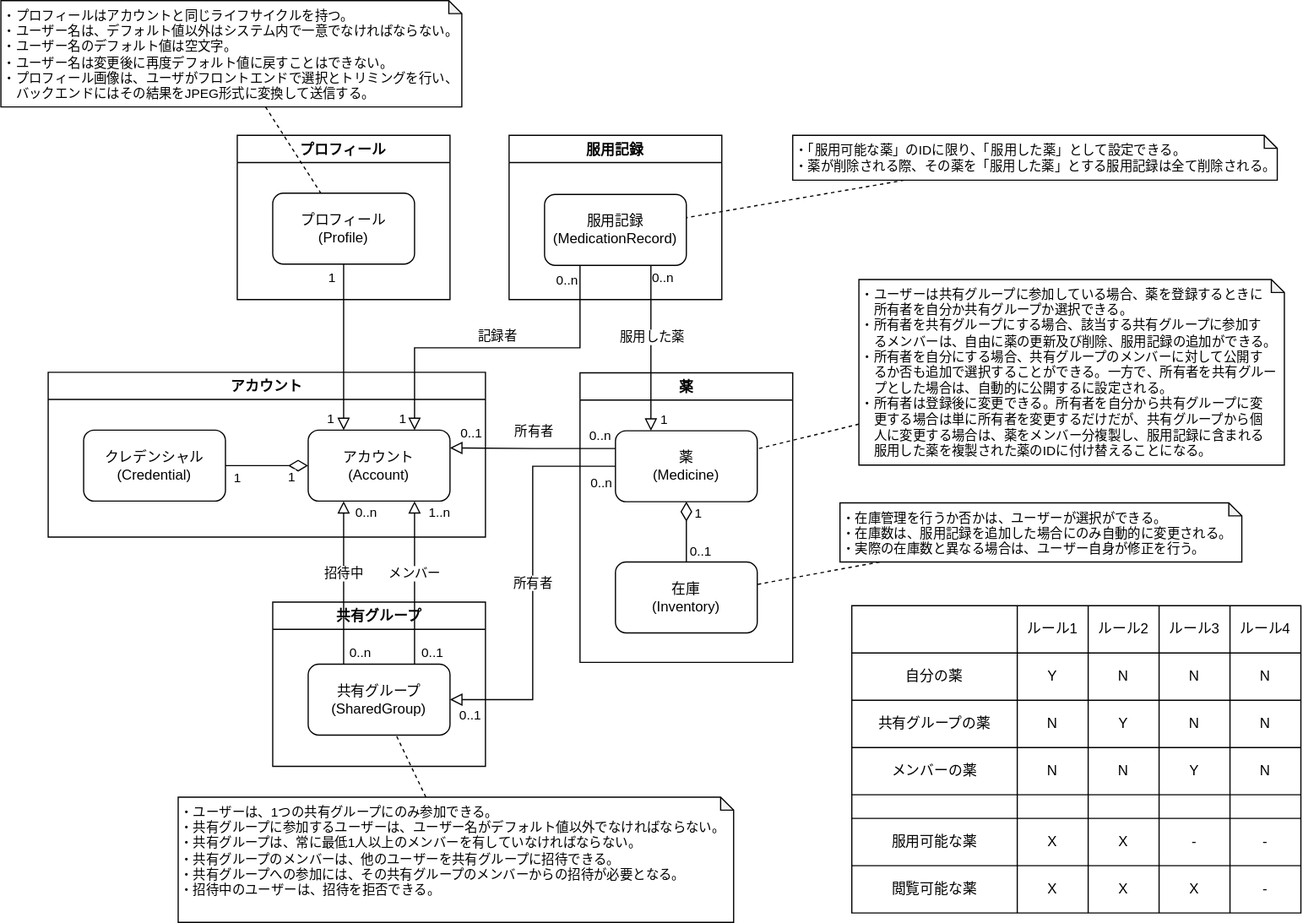
Above: docs/domain-model.svg in hiroe-mkk/medicine-diary-webapp (draw.io), before the change. Source tidied: cells renumbered, new cells last; positions are measured from the earlier drawing's top-left corner, leaving out a move shared by most shapes.
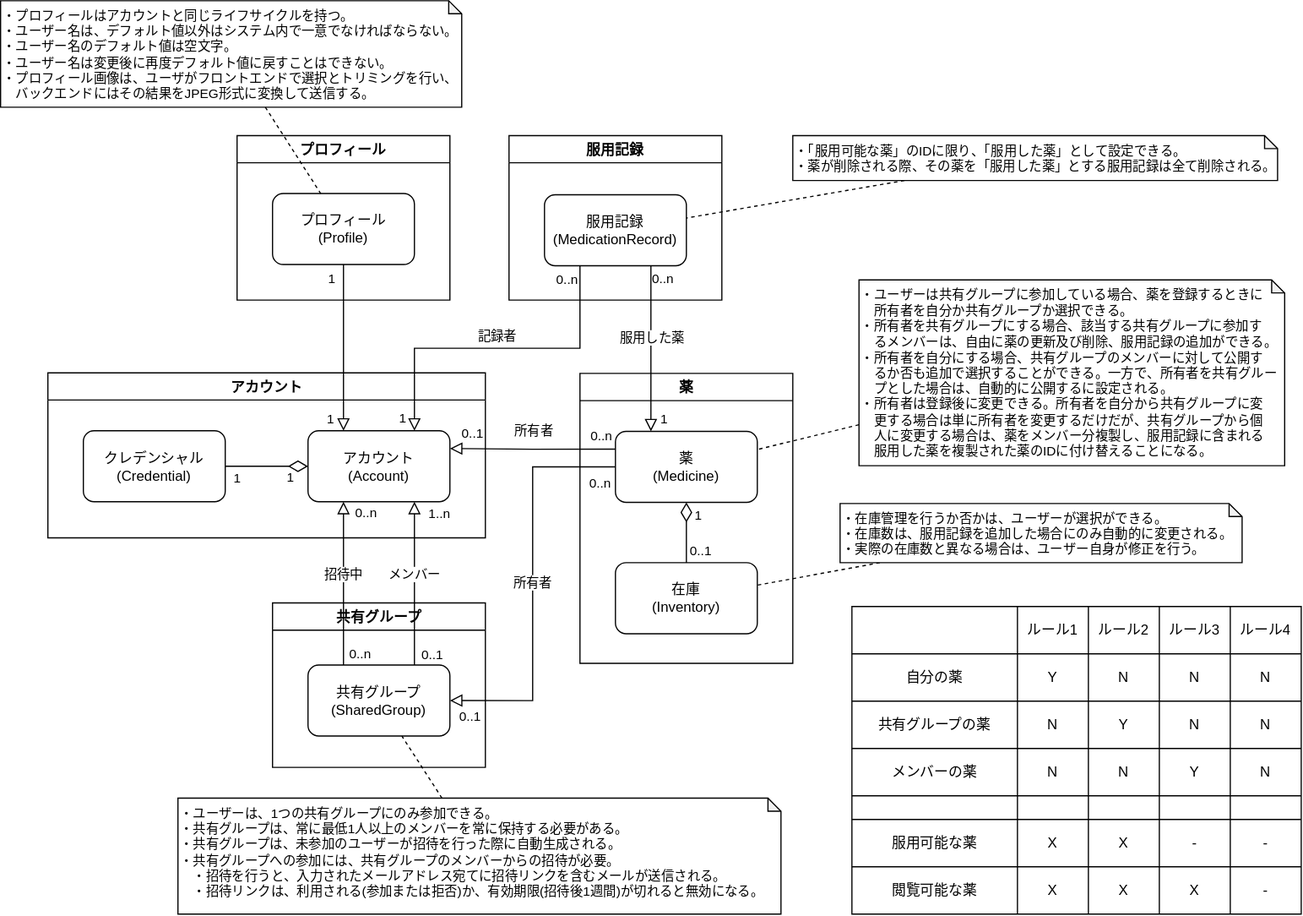
After the commit.

Change to the diagram source:
```diff
@@ -136,8 +136,8 @@
     <mxCell id="37" style="rounded=0;jettySize=auto;html=1;dashed=1;endFill=0;endArrow=none;endSize=8;startFill=0;startSize=14;" parent="1" edge="1" source="38" target="33">
       <mxGeometry relative="1" as="geometry" />
     </mxCell>
-    <mxCell id="38" value="・ユーザーは、1つの共有グループにのみ参加できる。&lt;br&gt;・共有グループに参加するユーザーは、ユーザー名がデフォルト値以外でなければならない。&lt;br&gt;・共有グループは、常に最低1人以上のメンバーを有していなければならない。&lt;br&gt;・共有グループのメンバーは、他のユーザーを共有グループに招待できる。&lt;br&gt;・共有グループへの参加には、その共有グループのメンバーからの招待が必要となる。&lt;br&gt;・&lt;span style=&quot;text-align: center&quot;&gt;招待中の&lt;/span&gt;ユーザーは、招待を拒否できる。" style="shape=note;whiteSpace=wrap;html=1;backgroundOutline=1;darkOpacity=0.05;align=left;verticalAlign=top;fontSize=11;size=11;" parent="1" vertex="1">
-      <mxGeometry x="150" y="674" width="470" height="106" as="geometry" />
+    <mxCell id="38" value="・ユーザーは、1つの共有グループにのみ参加できる。&lt;br&gt;・共有グループは、常に最低1人以上のメンバーを常に保持する必要がある。&lt;br&gt;・共有グループは、未参加のユーザーが招待を行った際に自動生成される。&lt;br&gt;・共有グループへの参加には、共有グループのメンバーからの招待が必要。&lt;br&gt;　・招待を行うと、入力されたメールアドレス宛てに招待リンクを含むメールが送信される。&lt;br&gt;　・招待リンクは、利用される(参加または拒否)か、有効期限(招待後1週間)が切れると無効になる。" style="shape=note;whiteSpace=wrap;html=1;backgroundOutline=1;darkOpacity=0.05;align=left;verticalAlign=top;fontSize=11;size=11;" parent="1" vertex="1">
+      <mxGeometry x="150" y="674" width="510" height="98" as="geometry" />
     </mxCell>
     <mxCell id="39" value="・ユーザーは共有グループに参加している場合、薬を登録するときに&lt;br&gt;　所有者を自分か共有グループか選択できる。&lt;br&gt;・所有者を共有グループにする場合、該当する共有グループに参加す&lt;br&gt;　るメンバーは、自由に薬の更新及び削除、服用記録の追加ができる。&lt;br&gt;・所有者を自分にする場合、共有グループのメンバーに対して公開す&lt;br&gt;　るか否も追加で選択することができる。一方で、所有者を共有グルー&lt;br&gt;　プとした場合は、自動的に公開するに設定される。&lt;br&gt;・所有者は登録後に変更できる。所有者を自分から共有グループに変&lt;br&gt;　更する場合は単に所有者を変更するだけだが、共有グループから個&lt;br&gt;　人に変更する場合は、薬をメンバー分複製し、服用記録に含まれる&lt;br&gt;　服用した薬を複製された薬のIDに付け替えることになる。" style="shape=note;whiteSpace=wrap;html=1;backgroundOutline=1;darkOpacity=0.05;align=left;verticalAlign=top;fontSize=11;size=11;" parent="1" vertex="1">
       <mxGeometry x="726" y="236" width="360" height="157" as="geometry" />
```
